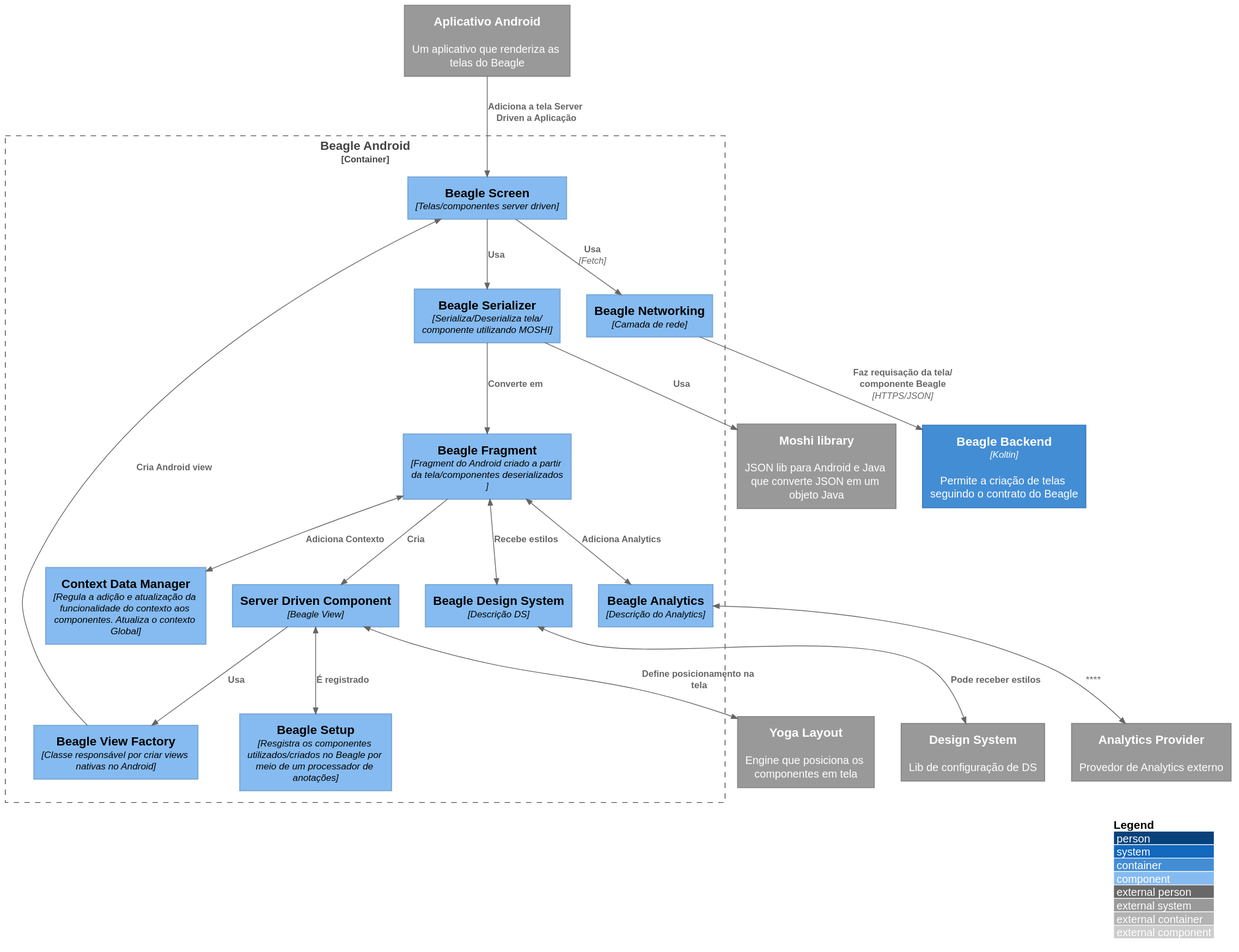
Above: docs/C3 -  Component/Beagle Android/c3.svg in ZupIT/beagle-c4model (PlantUML), before the change.
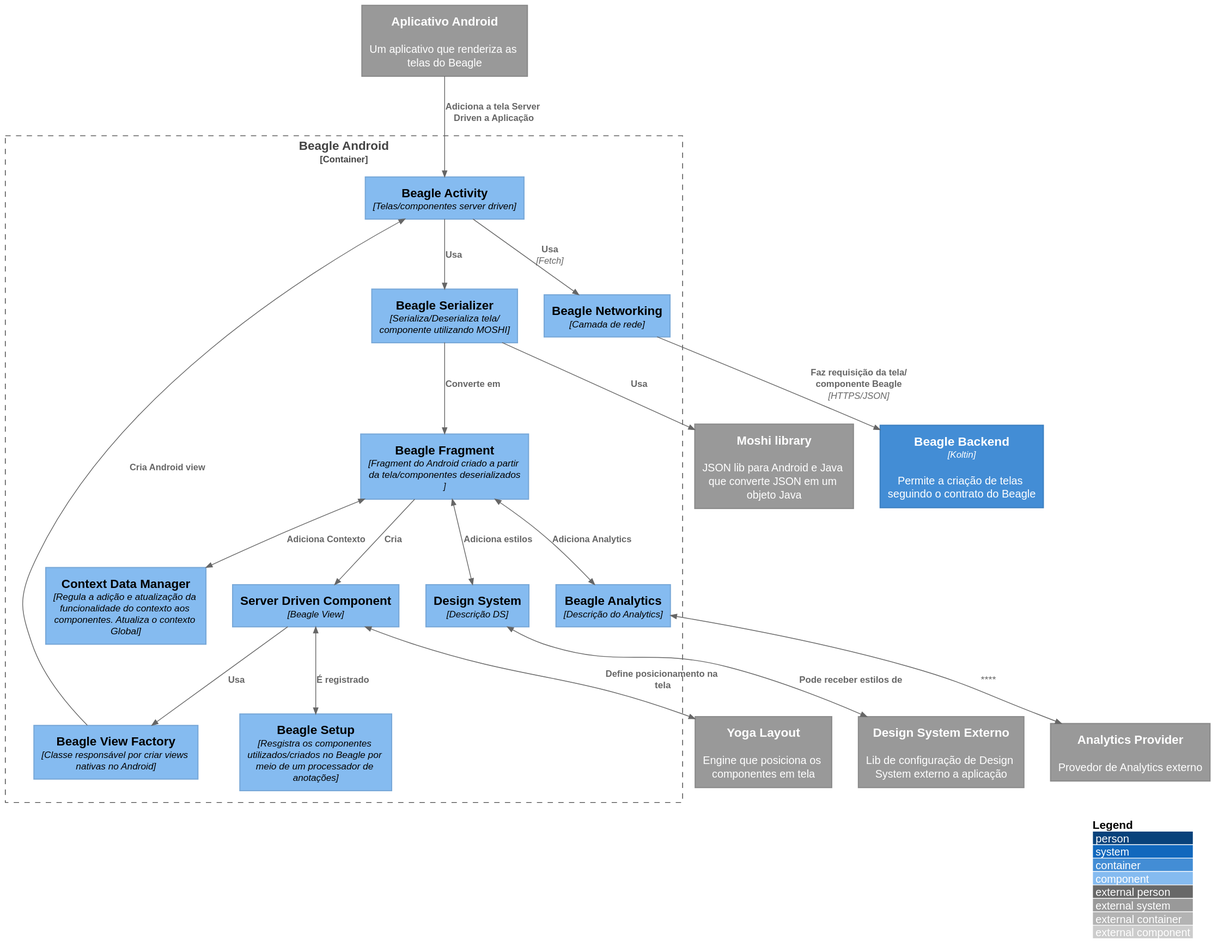
The same file after the commit.

Commit message:
update site android

Change to the diagram source:
```diff
@@ -5,7 +5,7 @@
 System_Ext(frontend_app, "Aplicativo Android", "Um aplicativo que renderiza as telas do Beagle")
 System_Ext(moshi_lib, "Moshi library", "JSON lib para Android e Java que converte JSON em um objeto Java")
 System_Ext(yoga_layout, "Yoga Layout", "Engine que posiciona os componentes em tela")
-System_Ext(design_system, "Design System", "Lib de configuração de DS")
+System_Ext(design_system, "Design System Externo", "Lib de configuração de Design System externo a aplicação")
 System_Ext(analytics_provider, "Analytics Provider", "Provedor de Analytics externo")
 
 Container(beagle_backend, "Beagle Backend", "Koltin", "Permite a criação de telas seguindo o contrato do Beagle")
@@ -13,30 +13,30 @@
 Container_Boundary(beagle_android, "Beagle Android"){
   Component(beagle_networking, "Beagle Networking", "Camada de rede")
   Component(beagle_setup, "Beagle Setup", "Resgistra os componentes utilizados/criados no Beagle por meio de um processador de anotações")
-  Component(beagle_screen, "Beagle Screen", "Telas/componentes server driven")
+  Component(beagle_activity, "Beagle Activity", "Telas/componentes server driven")
   Component(beagle_serializer, "Beagle Serializer", "Serializa/Deserializa tela/componente utilizando MOSHI")
   Component(server_driven_component, "Server Driven Component", "Beagle View")
   Component(view_factory, "Beagle View Factory", "Classe responsável por criar views nativas no Android")
   Component(beagle_fragment, "Beagle Fragment", "Fragment do Android criado a partir da tela/componentes deserializados")
   Component(context_data_manager, "Context Data Manager", "Regula a adição e atualização da funcionalidade do contexto aos componentes. Atualiza o contexto Global")
   Component(beagle_analytic, "Beagle Analytics", "Descrição do Analytics")
-  Component(beagle_ds, "Beagle Design System", "Descrição DS")
+  Component(beagle_ds, "Design System", "Descrição DS")
 }
 
 BiRel(beagle_analytic, analytics_provider, "")
-BiRel(beagle_fragment, beagle_ds, "Recebe estilos")
-BiRel(beagle_ds, design_system, "Pode receber estilos")
+BiRel(beagle_fragment, beagle_ds, "Adiciona estilos")
+BiRel(beagle_ds, design_system, "Pode receber estilos de")
 BiRel(beagle_fragment, beagle_analytic, "Adiciona Analytics")
 BiRel(beagle_fragment, context_data_manager, "Adiciona Contexto")
 Rel(beagle_serializer, beagle_fragment, "Converte em")
-Rel(frontend_app, beagle_screen, "Adiciona a tela Server Driven a Aplicação")
-Rel(beagle_screen, beagle_networking, "Usa", "Fetch")
-Rel(beagle_networking, beagle_backend, "Faz requisação da tela/componente Beagle","HTTPS/JSON")
+Rel(frontend_app, beagle_activity, "Adiciona a tela Server Driven a Aplicação")
+Rel(beagle_activity, beagle_networking, "Usa", "Fetch")
+Rel(beagle_networking, beagle_backend, "Faz requisição da tela/componente Beagle","HTTPS/JSON")
 Rel(beagle_serializer, moshi_lib, "Usa")
-Rel(beagle_screen, beagle_serializer, "Usa")
+Rel(beagle_activity, beagle_serializer, "Usa")
 Rel(beagle_fragment, server_driven_component, "Cria")
 Rel(server_driven_component, view_factory, "Usa")
-Rel(view_factory, beagle_screen, "Cria Android view")
+Rel(view_factory, beagle_activity, "Cria Android view")
 BiRel(server_driven_component, beagle_setup, "É registrado")
 BiRel(server_driven_component, yoga_layout, "Define posicionamento na tela")
 
```
